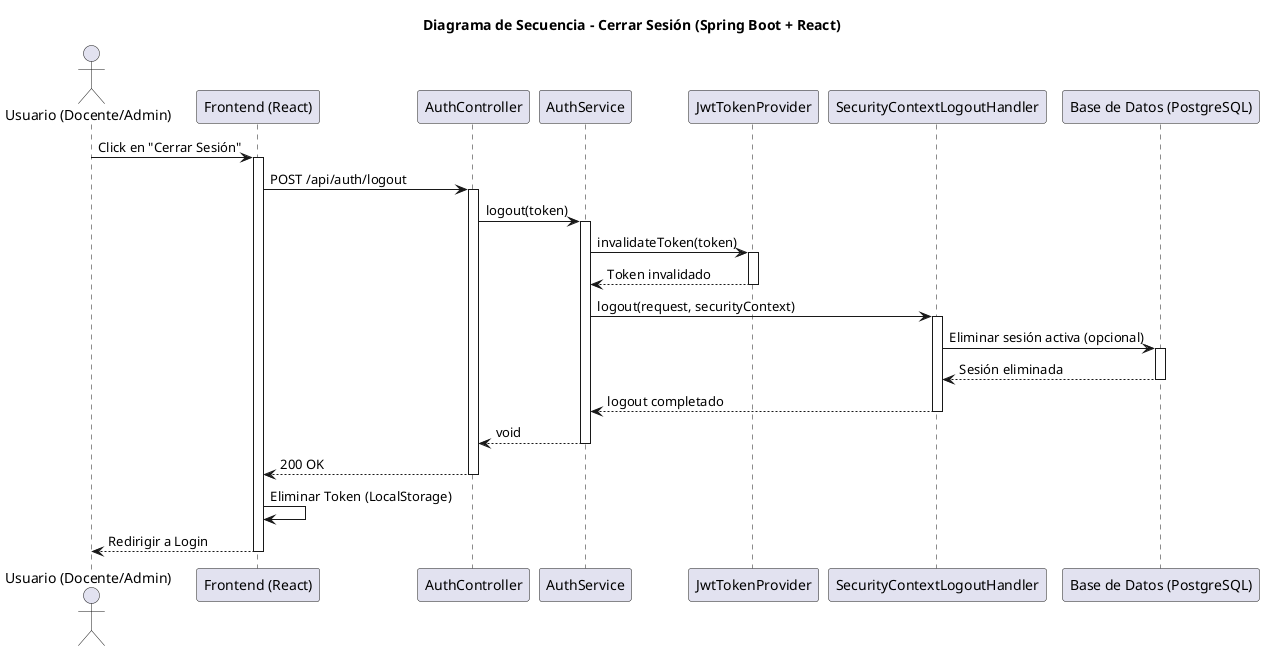
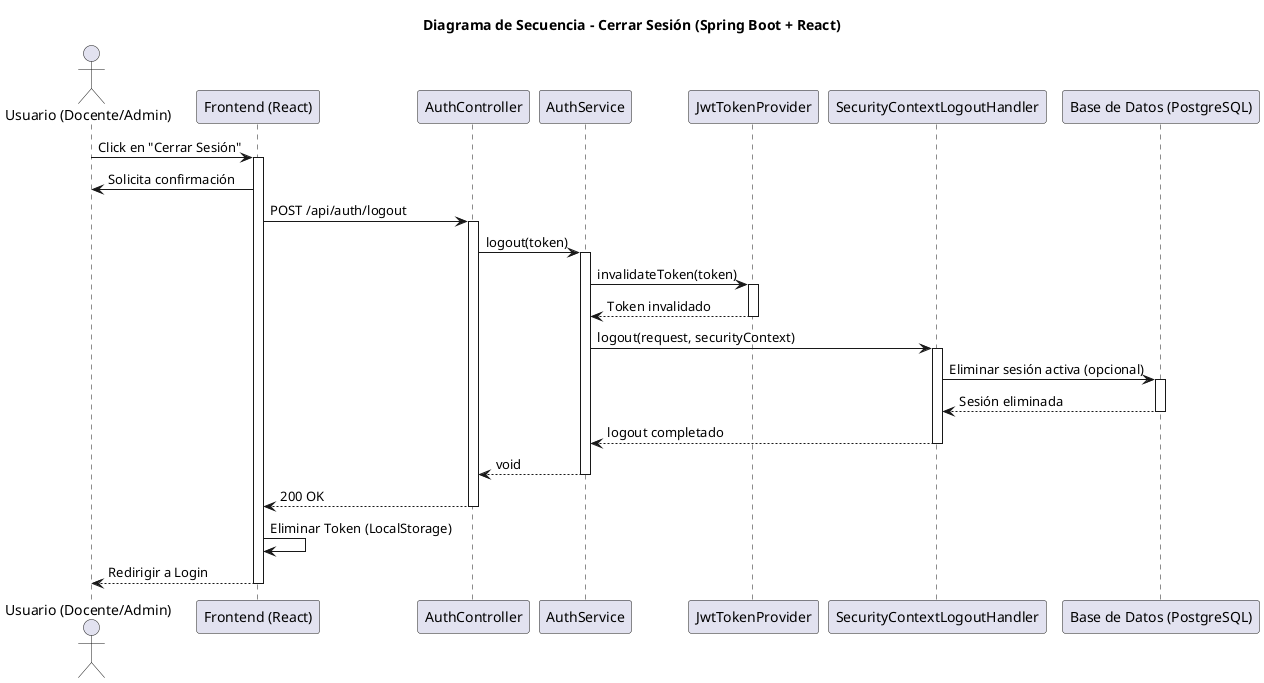
@startuml
title Diagrama de Secuencia - Cerrar Sesión (Spring Boot + React)

actor "Usuario (Docente/Admin)" as User
participant "Frontend (React)" as FE
participant "AuthController" as Controller
participant "AuthService" as Service
participant "JwtTokenProvider" as JWT
participant "SecurityContextLogoutHandler" as LogoutHandler
participant "Base de Datos (PostgreSQL)" as DB

User -> FE: Click en "Cerrar Sesión"
activate FE
+ FE -> User: Solicita confirmación
+ 
FE -> Controller: POST /api/auth/logout
activate Controller
Controller -> Service: logout(token)
activate Service
Service -> JWT: invalidateToken(token)
activate JWT
JWT --> Service: Token invalidado
deactivate JWT
Service -> LogoutHandler: logout(request, securityContext)
activate LogoutHandler
LogoutHandler -> DB: Eliminar sesión activa (opcional)
activate DB
DB --> LogoutHandler: Sesión eliminada
deactivate DB
LogoutHandler --> Service: logout completado
deactivate LogoutHandler
Service --> Controller: void
deactivate Service
Controller --> FE: 200 OK
deactivate Controller
FE -> FE: Eliminar Token (LocalStorage)
FE --> User: Redirigir a Login
deactivate FE

@enduml